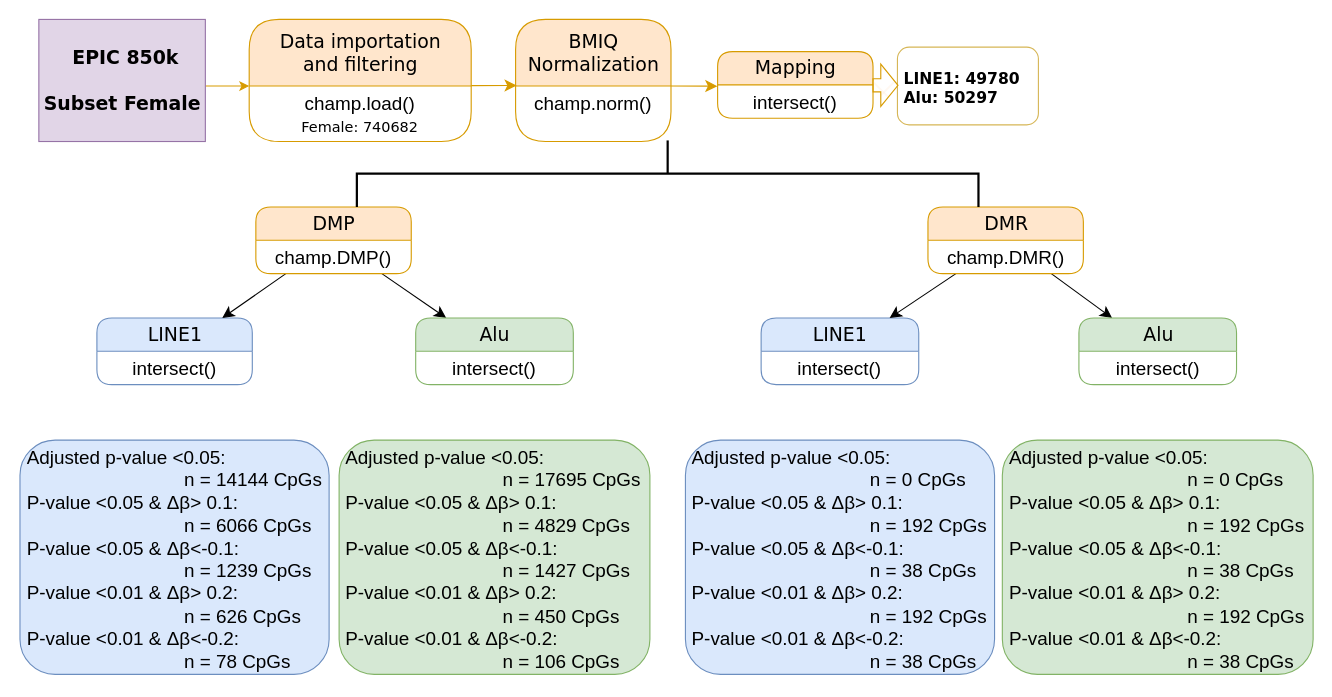
Above: subset.drawio in mwLuan/image_storage (draw.io), before the change. Source tidied: cells renumbered, new cells numbered last; positions are measured from the earlier drawing's top-left corner, leaving out a move shared by most shapes. Both pictures are drawn from the tidied source at 111%, with x=0, y=0 at pixel (20, -138).
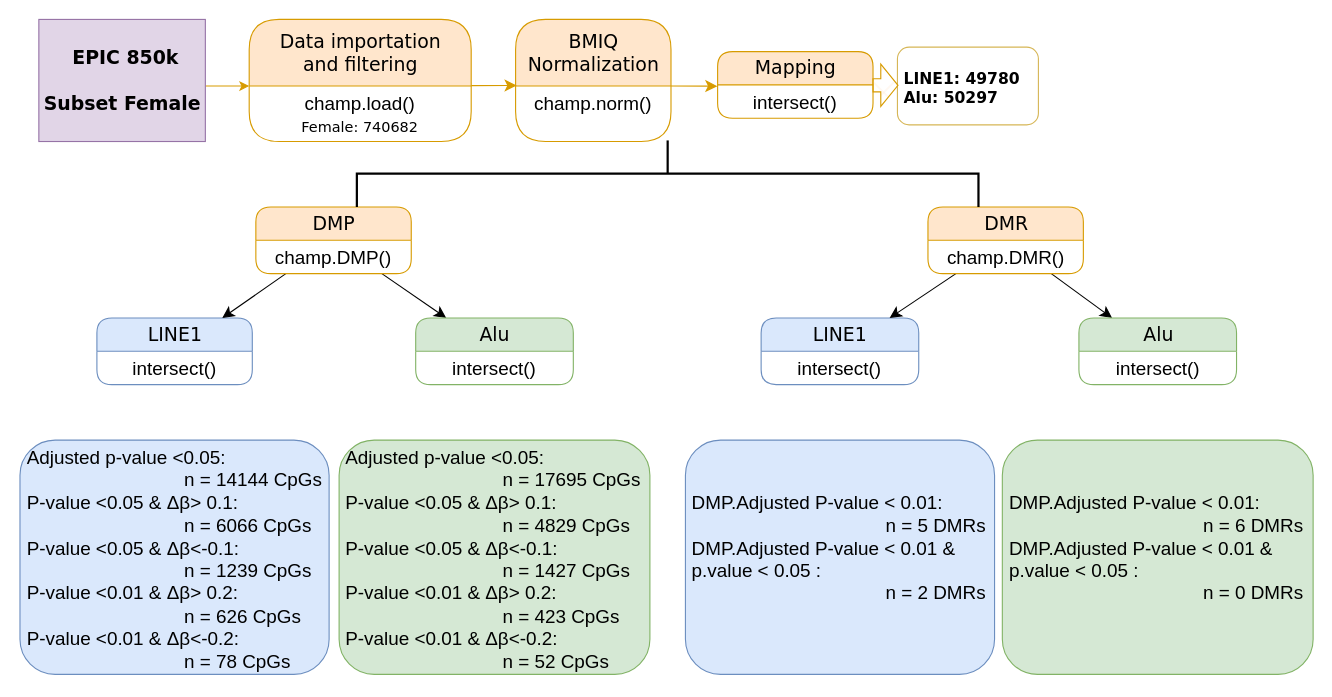
After the change.

What changed in the source:
```diff
@@
-    <mxCell id="28" value="&lt;div style=&quot;font-size: 17px;&quot;&gt;&lt;font style=&quot;font-size: 17px;&quot;&gt;Adjusted p-value &amp;lt;0.05:&lt;/font&gt;&lt;/div&gt;&lt;div style=&quot;font-size: 17px;&quot;&gt;&lt;font style=&quot;font-size: 17px;&quot;&gt;&amp;nbsp; &amp;nbsp; &amp;nbsp; &amp;nbsp; &amp;nbsp; &amp;nbsp; &amp;nbsp; &amp;nbsp; &amp;nbsp; &amp;nbsp; &amp;nbsp; &amp;nbsp; &amp;nbsp; &amp;nbsp; &amp;nbsp; n = 17695 CpGs&lt;/font&gt;&lt;/div&gt;&lt;div style=&quot;font-size: 17px;&quot;&gt;&lt;font style=&quot;font-size: 17px;&quot;&gt;P-value &amp;lt;0.05 &amp;amp; Δβ&amp;gt; 0.1:&lt;/font&gt;&lt;/div&gt;&lt;div style=&quot;font-size: 17px;&quot;&gt;&lt;font style=&quot;font-size: 17px;&quot;&gt;&amp;nbsp; &amp;nbsp; &amp;nbsp; &amp;nbsp; &amp;nbsp; &amp;nbsp; &amp;nbsp; &amp;nbsp; &amp;nbsp; &amp;nbsp; &amp;nbsp; &amp;nbsp; &amp;nbsp; &amp;nbsp; &amp;nbsp; n = 4829 CpGs&lt;/font&gt;&lt;/div&gt;&lt;div style=&quot;font-size: 17px;&quot;&gt;&lt;font style=&quot;font-size: 17px;&quot;&gt;P-value &amp;lt;0.05 &amp;amp; Δβ&amp;lt;-0.1:&lt;/font&gt;&lt;/div&gt;&lt;div style=&quot;font-size: 17px;&quot;&gt;&lt;font style=&quot;font-size: 17px;&quot;&gt;&amp;nbsp; &amp;nbsp; &amp;nbsp; &amp;nbsp; &amp;nbsp; &amp;nbsp; &amp;nbsp; &amp;nbsp; &amp;nbsp; &amp;nbsp; &amp;nbsp; &amp;nbsp; &amp;nbsp; &amp;nbsp; &amp;nbsp; n = 1427 CpGs&lt;/font&gt;&lt;/div&gt;&lt;div style=&quot;font-size: 17px;&quot;&gt;&lt;font style=&quot;font-size: 17px;&quot;&gt;P-value &amp;lt;0.01 &amp;amp; Δβ&amp;gt; 0.2:&lt;/font&gt;&lt;/div&gt;&lt;div style=&quot;font-size: 17px;&quot;&gt;&lt;font style=&quot;font-size: 17px;&quot;&gt;&amp;nbsp; &amp;nbsp; &amp;nbsp; &amp;nbsp; &amp;nbsp; &amp;nbsp; &amp;nbsp; &amp;nbsp; &amp;nbsp; &amp;nbsp; &amp;nbsp; &amp;nbsp; &amp;nbsp; &amp;nbsp; &amp;nbsp; n = 450 CpGs&lt;/font&gt;&lt;/div&gt;&lt;div style=&quot;font-size: 17px;&quot;&gt;&lt;font style=&quot;font-size: 17px;&quot;&gt;P-value &amp;lt;0.01 &amp;amp; Δβ&amp;lt;-0.2:&lt;/font&gt;&lt;/div&gt;&lt;div style=&quot;font-size: 17px;&quot;&gt;&lt;font style=&quot;font-size: 17px;&quot;&gt;&amp;nbsp; &amp;nbsp; &amp;nbsp; &amp;nbsp; &amp;nbsp; &amp;nbsp; &amp;nbsp; &amp;nbsp; &amp;nbsp; &amp;nbsp; &amp;nbsp; &amp;nbsp; &amp;nbsp; &amp;nbsp; &amp;nbsp; n = 106 CpGs&lt;/font&gt;&lt;/div&gt;" style="text;html=1;spacingLeft=4;spacingRight=4;whiteSpace=wrap;overflow=hidden;align=left;rounded=1;fillColor=#d5e8d4;strokeColor=#82b366;" parent="1" vertex="1">
+    <mxCell id="28" value="&lt;div style=&quot;font-size: 17px;&quot;&gt;&lt;font style=&quot;font-size: 17px;&quot;&gt;Adjusted p-value &amp;lt;0.05:&lt;/font&gt;&lt;/div&gt;&lt;div style=&quot;font-size: 17px;&quot;&gt;&lt;font style=&quot;font-size: 17px;&quot;&gt;&amp;nbsp; &amp;nbsp; &amp;nbsp; &amp;nbsp; &amp;nbsp; &amp;nbsp; &amp;nbsp; &amp;nbsp; &amp;nbsp; &amp;nbsp; &amp;nbsp; &amp;nbsp; &amp;nbsp; &amp;nbsp; &amp;nbsp; n = 17695 CpGs&lt;/font&gt;&lt;/div&gt;&lt;div style=&quot;font-size: 17px;&quot;&gt;&lt;font style=&quot;font-size: 17px;&quot;&gt;P-value &amp;lt;0.05 &amp;amp; Δβ&amp;gt; 0.1:&lt;/font&gt;&lt;/div&gt;&lt;div style=&quot;font-size: 17px;&quot;&gt;&lt;font style=&quot;font-size: 17px;&quot;&gt;&amp;nbsp; &amp;nbsp; &amp;nbsp; &amp;nbsp; &amp;nbsp; &amp;nbsp; &amp;nbsp; &amp;nbsp; &amp;nbsp; &amp;nbsp; &amp;nbsp; &amp;nbsp; &amp;nbsp; &amp;nbsp; &amp;nbsp; n = 4829 CpGs&lt;/font&gt;&lt;/div&gt;&lt;div style=&quot;font-size: 17px;&quot;&gt;&lt;font style=&quot;font-size: 17px;&quot;&gt;P-value &amp;lt;0.05 &amp;amp; Δβ&amp;lt;-0.1:&lt;/font&gt;&lt;/div&gt;&lt;div style=&quot;font-size: 17px;&quot;&gt;&lt;font style=&quot;font-size: 17px;&quot;&gt;&amp;nbsp; &amp;nbsp; &amp;nbsp; &amp;nbsp; &amp;nbsp; &amp;nbsp; &amp;nbsp; &amp;nbsp; &amp;nbsp; &amp;nbsp; &amp;nbsp; &amp;nbsp; &amp;nbsp; &amp;nbsp; &amp;nbsp; n = 1427 CpGs&lt;/font&gt;&lt;/div&gt;&lt;div style=&quot;font-size: 17px;&quot;&gt;&lt;font style=&quot;font-size: 17px;&quot;&gt;P-value &amp;lt;0.01 &amp;amp; Δβ&amp;gt; 0.2:&lt;/font&gt;&lt;/div&gt;&lt;div style=&quot;font-size: 17px;&quot;&gt;&lt;font style=&quot;font-size: 17px;&quot;&gt;&amp;nbsp; &amp;nbsp; &amp;nbsp; &amp;nbsp; &amp;nbsp; &amp;nbsp; &amp;nbsp; &amp;nbsp; &amp;nbsp; &amp;nbsp; &amp;nbsp; &amp;nbsp; &amp;nbsp; &amp;nbsp; &amp;nbsp; n = 423 CpGs&lt;/font&gt;&lt;/div&gt;&lt;div style=&quot;font-size: 17px;&quot;&gt;&lt;font style=&quot;font-size: 17px;&quot;&gt;P-value &amp;lt;0.01 &amp;amp; Δβ&amp;lt;-0.2:&lt;/font&gt;&lt;/div&gt;&lt;div style=&quot;font-size: 17px;&quot;&gt;&lt;font style=&quot;font-size: 17px;&quot;&gt;&amp;nbsp; &amp;nbsp; &amp;nbsp; &amp;nbsp; &amp;nbsp; &amp;nbsp; &amp;nbsp; &amp;nbsp; &amp;nbsp; &amp;nbsp; &amp;nbsp; &amp;nbsp; &amp;nbsp; &amp;nbsp; &amp;nbsp; n = 52 CpGs&lt;/font&gt;&lt;/div&gt;" style="text;html=1;spacingLeft=4;spacingRight=4;whiteSpace=wrap;overflow=hidden;align=left;rounded=1;fillColor=#d5e8d4;strokeColor=#82b366;" parent="1" vertex="1">
       <mxGeometry x="287" y="520" width="280" height="211" as="geometry" />
     </mxCell>
@@
-    <mxCell id="33" value="&lt;font style=&quot;font-size: 17px;&quot;&gt;Adjusted p-value &amp;lt;0.05: &lt;br&gt;&amp;nbsp; &amp;nbsp; &amp;nbsp; &amp;nbsp; &amp;nbsp; &amp;nbsp; &amp;nbsp; &amp;nbsp; &amp;nbsp; &amp;nbsp; &amp;nbsp; &amp;nbsp; &amp;nbsp; &amp;nbsp; &amp;nbsp; &amp;nbsp; &amp;nbsp; n = 0 CpGs &lt;br&gt;P-value &amp;lt;0.05 &amp;amp; Δβ&amp;gt; 0.1:&lt;br&gt;&amp;nbsp; &amp;nbsp; &amp;nbsp; &amp;nbsp; &amp;nbsp; &amp;nbsp; &amp;nbsp; &amp;nbsp; &amp;nbsp; &amp;nbsp; &amp;nbsp; &amp;nbsp; &amp;nbsp; &amp;nbsp; &amp;nbsp; &amp;nbsp; &amp;nbsp; n = 192 CpGs&lt;br&gt;P-value &amp;lt;0.05 &amp;amp; Δβ&amp;lt;-0.1:&lt;br&gt;&amp;nbsp; &amp;nbsp; &amp;nbsp; &amp;nbsp; &amp;nbsp; &amp;nbsp; &amp;nbsp; &amp;nbsp; &amp;nbsp; &amp;nbsp; &amp;nbsp; &amp;nbsp; &amp;nbsp; &amp;nbsp; &amp;nbsp; &amp;nbsp; &amp;nbsp; n = 38 CpGs&lt;br&gt;P-value &amp;lt;0.01 &amp;amp; Δβ&amp;gt; 0.2:&lt;br&gt;&amp;nbsp; &amp;nbsp; &amp;nbsp; &amp;nbsp; &amp;nbsp; &amp;nbsp; &amp;nbsp; &amp;nbsp; &amp;nbsp; &amp;nbsp; &amp;nbsp; &amp;nbsp; &amp;nbsp; &amp;nbsp; &amp;nbsp; &amp;nbsp; &amp;nbsp; n = 192 CpGs&lt;br style=&quot;border-color: var(--border-color);&quot;&gt;P-value &amp;lt;0.01 &amp;amp; Δβ&amp;lt;-0.2:&lt;br&gt;&amp;nbsp; &amp;nbsp; &amp;nbsp; &amp;nbsp; &amp;nbsp; &amp;nbsp; &amp;nbsp; &amp;nbsp; &amp;nbsp; &amp;nbsp; &amp;nbsp; &amp;nbsp; &amp;nbsp; &amp;nbsp; &amp;nbsp; &amp;nbsp; &amp;nbsp; n = 38 CpGs&lt;br&gt;&lt;/font&gt;" style="text;html=1;spacingLeft=4;spacingRight=4;whiteSpace=wrap;overflow=hidden;align=left;rounded=1;fillColor=#dae8fc;strokeColor=#6c8ebf;" parent="1" vertex="1">
+    <mxCell id="33" value="&lt;font style=&quot;font-size: 17px;&quot;&gt;&lt;br&gt;&lt;br&gt;DMP.Adjusted P-value &amp;lt; 0.01:&lt;br style=&quot;border-color: var(--border-color);&quot;&gt;&amp;nbsp; &amp;nbsp; &amp;nbsp; &amp;nbsp; &amp;nbsp; &amp;nbsp; &amp;nbsp; &amp;nbsp; &amp;nbsp; &amp;nbsp; &amp;nbsp; &amp;nbsp; &amp;nbsp; &amp;nbsp; &amp;nbsp; &amp;nbsp; &amp;nbsp; &amp;nbsp; &amp;nbsp;n = 5 DMRs&lt;br style=&quot;border-color: var(--border-color);&quot;&gt;DMP.Adjusted P-value &amp;lt; 0.01 &amp;amp; p.value &amp;lt; 0.05&amp;nbsp;:&amp;nbsp; &amp;nbsp; &amp;nbsp; &amp;nbsp; &amp;nbsp; &amp;nbsp; &amp;nbsp; &amp;nbsp; &amp;nbsp; &amp;nbsp; &amp;nbsp; &amp;nbsp; &amp;nbsp; &amp;nbsp; &amp;nbsp; &amp;nbsp; &amp;nbsp; &amp;nbsp; &amp;nbsp; &amp;nbsp; &amp;nbsp; &amp;nbsp; &amp;nbsp; &amp;nbsp; &amp;nbsp; &amp;nbsp; &amp;nbsp; &amp;nbsp; &amp;nbsp; &amp;nbsp; &amp;nbsp; &amp;nbsp; &amp;nbsp; &amp;nbsp; &amp;nbsp;n = 2 DMRs&lt;br&gt;&lt;/font&gt;" style="text;html=1;spacingLeft=4;spacingRight=4;whiteSpace=wrap;overflow=hidden;align=left;rounded=1;fillColor=#dae8fc;strokeColor=#6c8ebf;" parent="1" vertex="1">
       <mxGeometry x="599" y="520" width="278.5" height="211" as="geometry" />
     </mxCell>
-    <mxCell id="34" value="&lt;div style=&quot;font-size: 17px;&quot;&gt;&lt;font style=&quot;font-size: 17px;&quot;&gt;Adjusted p-value &amp;lt;0.05:&lt;/font&gt;&lt;/div&gt;&lt;div style=&quot;font-size: 17px;&quot;&gt;&lt;font style=&quot;font-size: 17px;&quot;&gt;&amp;nbsp; &amp;nbsp; &amp;nbsp; &amp;nbsp; &amp;nbsp; &amp;nbsp; &amp;nbsp; &amp;nbsp; &amp;nbsp; &amp;nbsp; &amp;nbsp; &amp;nbsp; &amp;nbsp; &amp;nbsp; &amp;nbsp; &amp;nbsp; &amp;nbsp; n = 0 CpGs&lt;/font&gt;&lt;/div&gt;&lt;div style=&quot;font-size: 17px;&quot;&gt;&lt;font style=&quot;font-size: 17px;&quot;&gt;P-value &amp;lt;0.05 &amp;amp; Δβ&amp;gt; 0.1:&lt;/font&gt;&lt;/div&gt;&lt;div style=&quot;font-size: 17px;&quot;&gt;&lt;font style=&quot;font-size: 17px;&quot;&gt;&amp;nbsp; &amp;nbsp; &amp;nbsp; &amp;nbsp; &amp;nbsp; &amp;nbsp; &amp;nbsp; &amp;nbsp; &amp;nbsp; &amp;nbsp; &amp;nbsp; &amp;nbsp; &amp;nbsp; &amp;nbsp; &amp;nbsp; &amp;nbsp; &amp;nbsp; n = 192 CpGs&lt;/font&gt;&lt;/div&gt;&lt;div style=&quot;font-size: 17px;&quot;&gt;&lt;font style=&quot;font-size: 17px;&quot;&gt;P-value &amp;lt;0.05 &amp;amp; Δβ&amp;lt;-0.1:&lt;/font&gt;&lt;/div&gt;&lt;div style=&quot;font-size: 17px;&quot;&gt;&lt;font style=&quot;font-size: 17px;&quot;&gt;&amp;nbsp; &amp;nbsp; &amp;nbsp; &amp;nbsp; &amp;nbsp; &amp;nbsp; &amp;nbsp; &amp;nbsp; &amp;nbsp; &amp;nbsp; &amp;nbsp; &amp;nbsp; &amp;nbsp; &amp;nbsp; &amp;nbsp; &amp;nbsp; &amp;nbsp; n = 38 CpGs&lt;/font&gt;&lt;/div&gt;&lt;div style=&quot;font-size: 17px;&quot;&gt;&lt;font style=&quot;font-size: 17px;&quot;&gt;P-value &amp;lt;0.01 &amp;amp; Δβ&amp;gt; 0.2:&lt;/font&gt;&lt;/div&gt;&lt;div style=&quot;font-size: 17px;&quot;&gt;&lt;font style=&quot;font-size: 17px;&quot;&gt;&amp;nbsp; &amp;nbsp; &amp;nbsp; &amp;nbsp; &amp;nbsp; &amp;nbsp; &amp;nbsp; &amp;nbsp; &amp;nbsp; &amp;nbsp; &amp;nbsp; &amp;nbsp; &amp;nbsp; &amp;nbsp; &amp;nbsp; &amp;nbsp; &amp;nbsp; n = 192 CpGs&lt;/font&gt;&lt;/div&gt;&lt;div style=&quot;font-size: 17px;&quot;&gt;&lt;font style=&quot;font-size: 17px;&quot;&gt;P-value &amp;lt;0.01 &amp;amp; Δβ&amp;lt;-0.2:&lt;/font&gt;&lt;/div&gt;&lt;div style=&quot;font-size: 17px;&quot;&gt;&lt;font style=&quot;font-size: 17px;&quot;&gt;&amp;nbsp; &amp;nbsp; &amp;nbsp; &amp;nbsp; &amp;nbsp; &amp;nbsp; &amp;nbsp; &amp;nbsp; &amp;nbsp; &amp;nbsp; &amp;nbsp; &amp;nbsp; &amp;nbsp; &amp;nbsp; &amp;nbsp; &amp;nbsp; &amp;nbsp; n = 38 CpGs&lt;/font&gt;&lt;/div&gt;" style="text;html=1;spacingLeft=4;spacingRight=4;whiteSpace=wrap;overflow=hidden;align=left;rounded=1;fillColor=#d5e8d4;strokeColor=#82b366;" parent="1" vertex="1">
+    <mxCell id="34" value="&lt;div style=&quot;font-size: 17px;&quot;&gt;&lt;br&gt;&lt;/div&gt;&lt;div style=&quot;font-size: 17px;&quot;&gt;&lt;br&gt;&lt;/div&gt;&lt;div style=&quot;font-size: 17px;&quot;&gt;DMP.Adjusted P-value &amp;lt; 0.01:&lt;br style=&quot;border-color: var(--border-color);&quot;&gt;&amp;nbsp; &amp;nbsp; &amp;nbsp; &amp;nbsp; &amp;nbsp; &amp;nbsp; &amp;nbsp; &amp;nbsp; &amp;nbsp; &amp;nbsp; &amp;nbsp; &amp;nbsp; &amp;nbsp; &amp;nbsp; &amp;nbsp; &amp;nbsp; &amp;nbsp; &amp;nbsp; &amp;nbsp;n = 6 DMRs&lt;br style=&quot;border-color: var(--border-color);&quot;&gt;DMP.Adjusted P-value &amp;lt; 0.01 &amp;amp; p.value &amp;lt; 0.05&amp;nbsp;:&amp;nbsp; &amp;nbsp; &amp;nbsp; &amp;nbsp; &amp;nbsp; &amp;nbsp; &amp;nbsp; &amp;nbsp; &amp;nbsp; &amp;nbsp; &amp;nbsp; &amp;nbsp; &amp;nbsp; &amp;nbsp; &amp;nbsp; &amp;nbsp; &amp;nbsp; &amp;nbsp; &amp;nbsp; &amp;nbsp; &amp;nbsp; &amp;nbsp; &amp;nbsp; &amp;nbsp; &amp;nbsp; &amp;nbsp; &amp;nbsp; &amp;nbsp; &amp;nbsp; &amp;nbsp; &amp;nbsp; &amp;nbsp; &amp;nbsp; &amp;nbsp; &amp;nbsp;n = 0 DMRs&lt;br&gt;&lt;/div&gt;" style="text;html=1;spacingLeft=4;spacingRight=4;whiteSpace=wrap;overflow=hidden;align=left;rounded=1;fillColor=#d5e8d4;strokeColor=#82b366;" parent="1" vertex="1">
       <mxGeometry x="884.5" y="520" width="280" height="211" as="geometry" />
     </mxCell>
```
